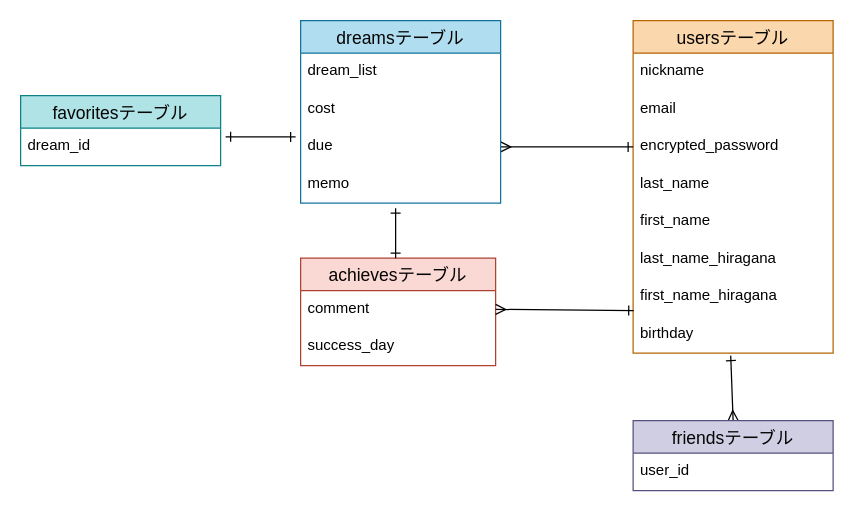
Earlier version of the draw.io diagram original-app.dio (Shibasaki-Suzuka/original-app). Source tidied: cells renumbered, new cells numbered last; positions are measured from the earlier drawing's top-left corner, leaving out a move shared by most shapes. Both pictures are drawn from the tidied source at 125%, with x=0, y=0 at pixel (20, 20).
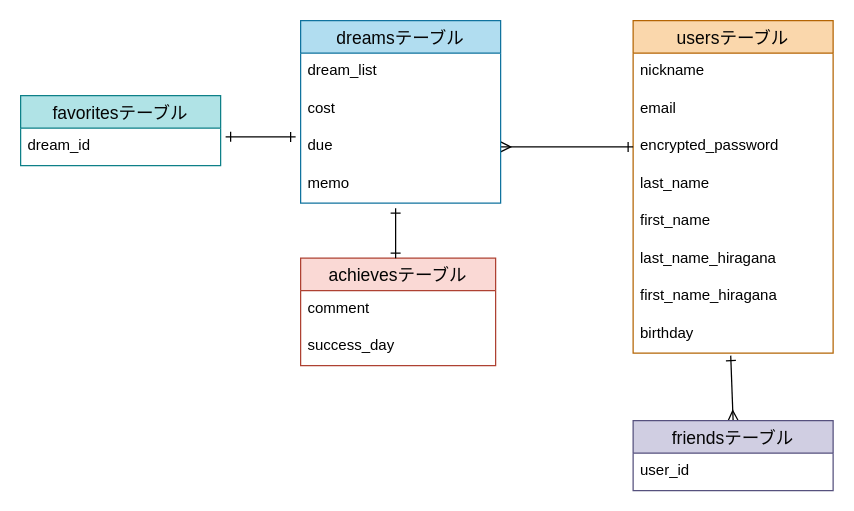
The same page after the edit.

Unchanged cells that the change refers to:
```xml
<mxCell id="10" value="birthday" style="text;strokeColor=none;fillColor=none;spacingLeft=4;spacingRight=4;overflow=hidden;points=[[0,0.5],[1,0.5]];portConstraint=eastwest;fontSize=12;" parent="2" vertex="1">
  <mxGeometry y="236" width="160" height="30" as="geometry" />
</mxCell>
<mxCell id="24" value="comment" style="text;strokeColor=none;fillColor=none;spacingLeft=4;spacingRight=4;overflow=hidden;points=[[0,0.5],[1,0.5]];portConstraint=eastwest;fontSize=12;" parent="23" vertex="1">
  <mxGeometry y="26" width="156" height="30" as="geometry" />
</mxCell>
```

The edit, as a diff of the source:
```diff
@@
-    <mxCell id="27" style="edgeStyle=none;html=1;exitX=1;exitY=0.5;exitDx=0;exitDy=0;entryX=0.003;entryY=-0.133;entryDx=0;entryDy=0;entryPerimeter=0;endArrow=ERone;endFill=0;startArrow=ERmany;startFill=0;" parent="1" edge="1" source="24" target="10">
-      <mxGeometry relative="1" as="geometry" />
-    </mxCell>
```
